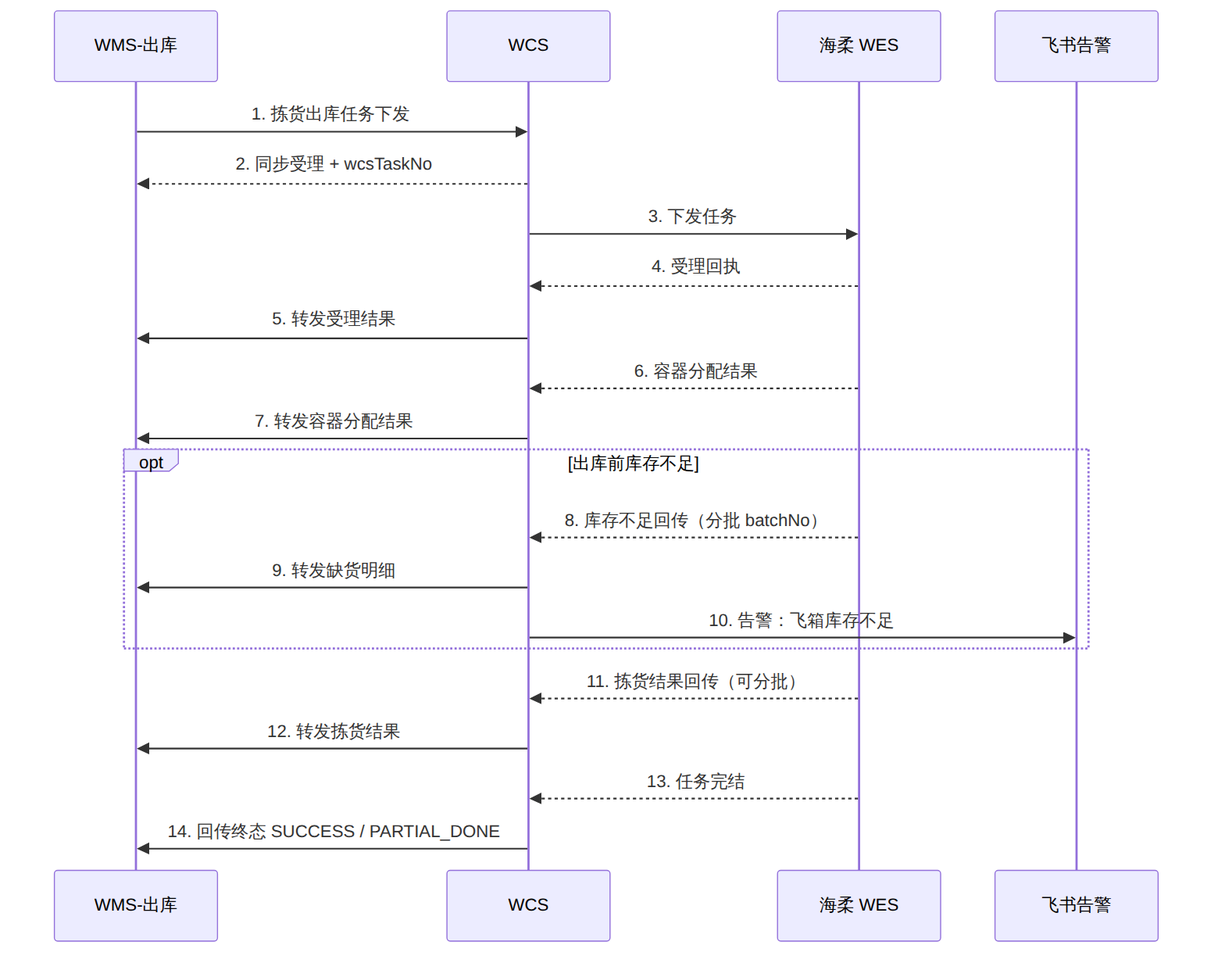
Before: docs/wcs/images/03-seq-pick.png, a diagram exported from Mermaid (generous-jiang/jiangzw). Its source is kept beside it as docs/wcs/diagrams/03-seq-pick.mmd.
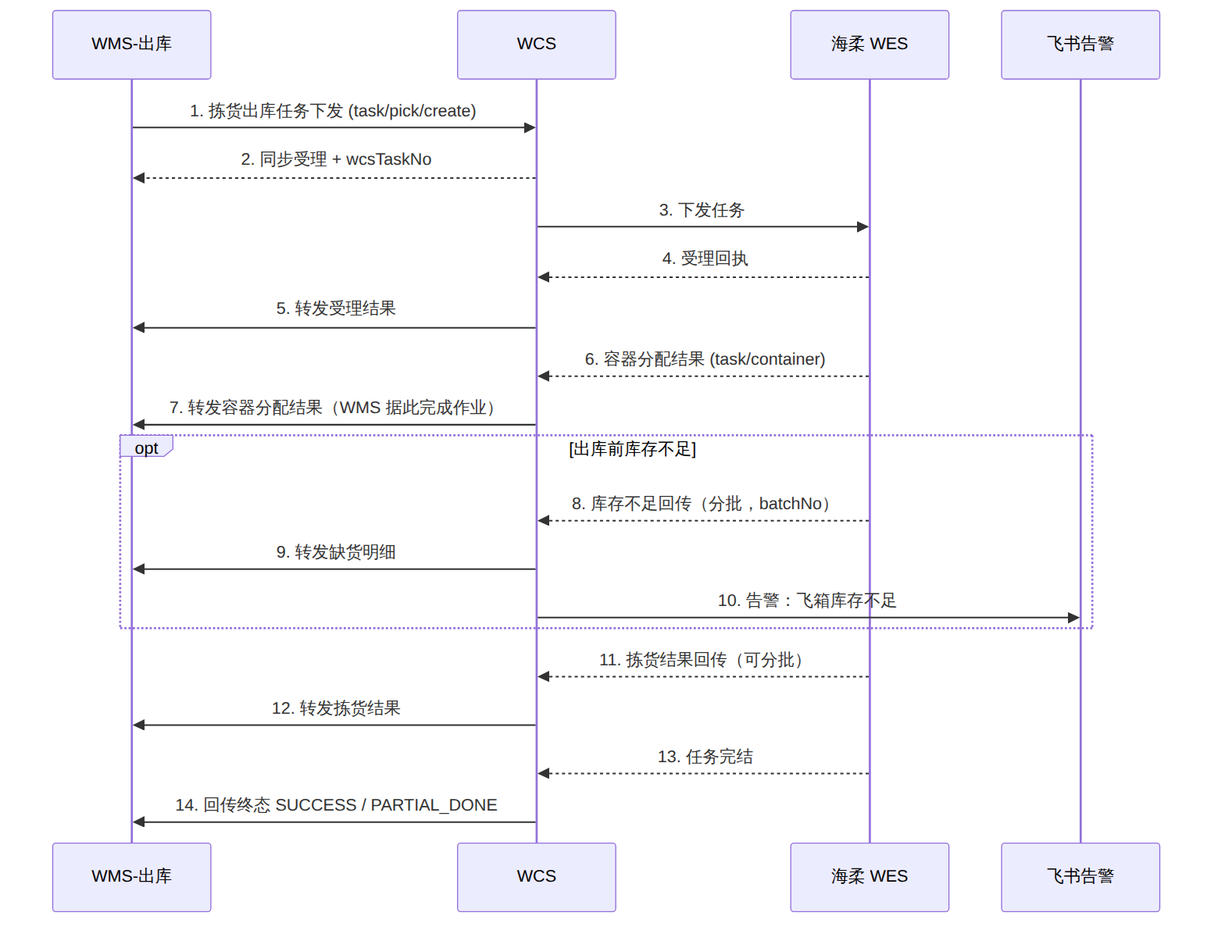
Later version of the same file.

The edit, as a diff of the source:
```diff
@@ -3,15 +3,16 @@
     participant WCS as WCS
     participant WES as 海柔 WES
     participant FS as 飞书告警
-    WMS->>WCS: 1. 拣货出库任务下发
+
+    WMS->>WCS: 1. 拣货出库任务下发 (task/pick/create)
     WCS-->>WMS: 2. 同步受理 + wcsTaskNo
     WCS->>WES: 3. 下发任务
     WES-->>WCS: 4. 受理回执
     WCS->>WMS: 5. 转发受理结果
-    WES-->>WCS: 6. 容器分配结果
-    WCS->>WMS: 7. 转发容器分配结果
+    WES-->>WCS: 6. 容器分配结果 (task/container)
+    WCS->>WMS: 7. 转发容器分配结果（WMS 据此完成作业）
     opt 出库前库存不足
-        WES-->>WCS: 8. 库存不足回传（分批 batchNo）
+        WES-->>WCS: 8. 库存不足回传（分批，batchNo）
         WCS->>WMS: 9. 转发缺货明细
         WCS->>FS: 10. 告警：飞箱库存不足
     end
```
